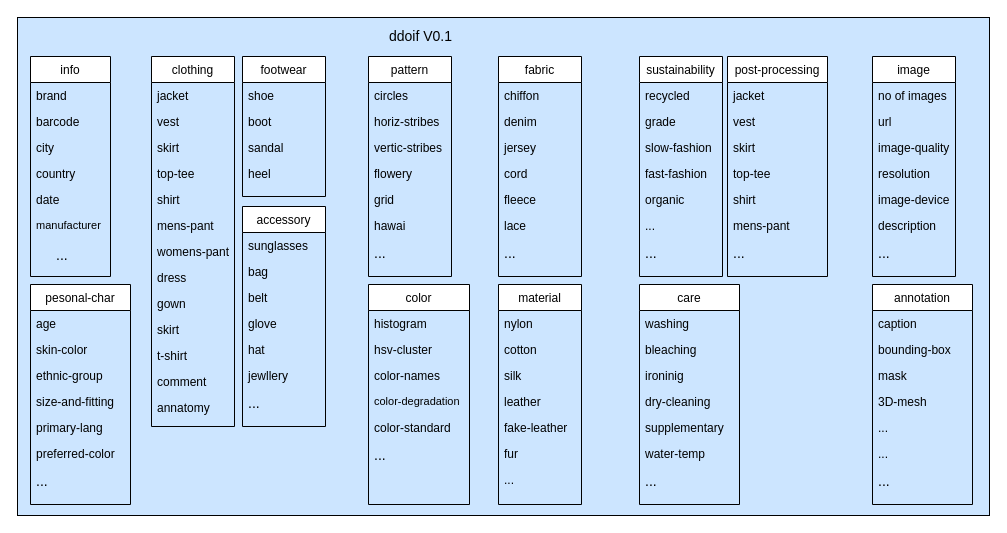
Earlier version of the draw.io diagram ddoif.drawio (morawi/ddoif). Source tidied: cells renumbered, new cells numbered last; positions are measured from the earlier drawing's top-left corner, leaving out a move shared by most shapes. Both pictures are drawn from the tidied source at 100%, with x=0, y=0 at pixel (17, 17).
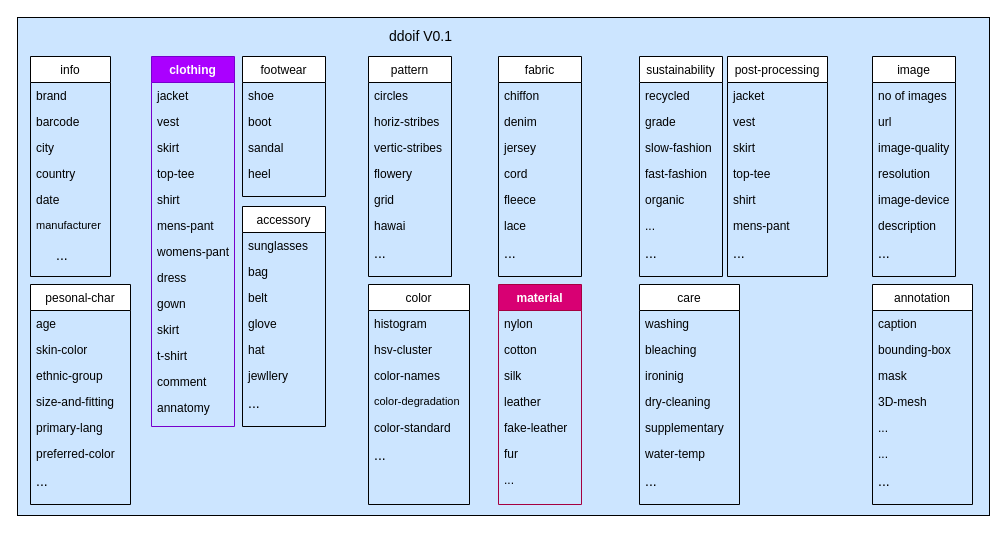
The same diagram, later.

The edit, as a diff of the source:
```diff
@@
-    <mxCell id="80" value="material" style="swimlane;fontStyle=0;align=center;verticalAlign=top;horizontal=1;startSize=26;rounded=0;shadow=0;strokeWidth=1;" parent="1" vertex="1">
+    <mxCell id="80" value="material" style="swimlane;fontStyle=1;align=center;verticalAlign=top;horizontal=1;startSize=26;rounded=0;shadow=0;strokeWidth=1;fillColor=#d80073;strokeColor=#A50040;fontColor=#ffffff;" parent="1" vertex="1">
       <mxGeometry x="481" y="267" width="83" height="220" as="geometry" />
     </mxCell>
@@
-    <mxCell id="104" value="clothing" style="swimlane;fontStyle=0;align=center;verticalAlign=top;horizontal=1;startSize=26;rounded=0;shadow=0;strokeWidth=1;" parent="1" vertex="1">
+    <mxCell id="104" value="clothing" style="swimlane;fontStyle=1;align=center;verticalAlign=top;horizontal=1;startSize=26;rounded=0;shadow=0;strokeWidth=1;fillColor=#aa00ff;strokeColor=#7700CC;fontColor=#ffffff;" parent="1" vertex="1">
       <mxGeometry x="134" y="39" width="83" height="370" as="geometry" />
     </mxCell>
```
